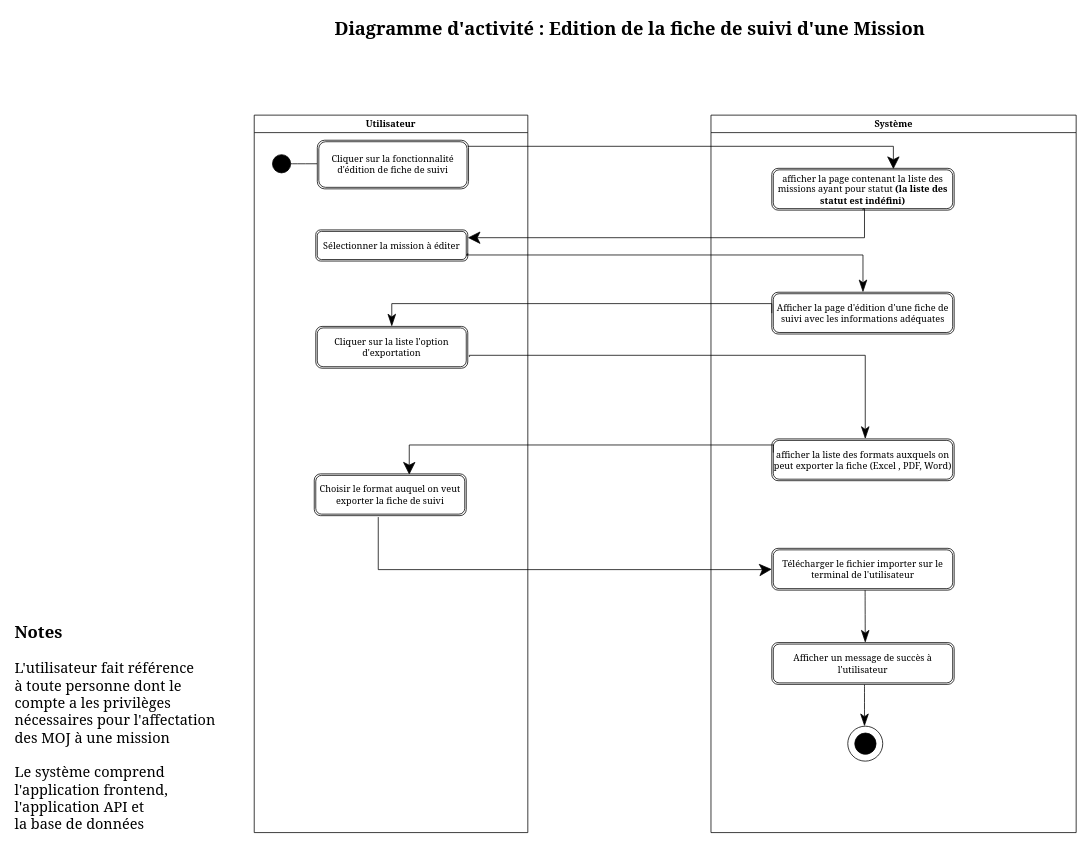
Earlier version of the draw.io diagram ActivityDiagramEditJobTrackingFile.drawio (ThuranJunior-AGL/AnalyseGEMOj). Source tidied: cells renumbered, new cells numbered last; positions are measured from the earlier drawing's top-left corner, leaving out a move shared by most shapes. Both pictures are drawn from the tidied source at 76%, with x=0, y=0 at pixel (13, 13).
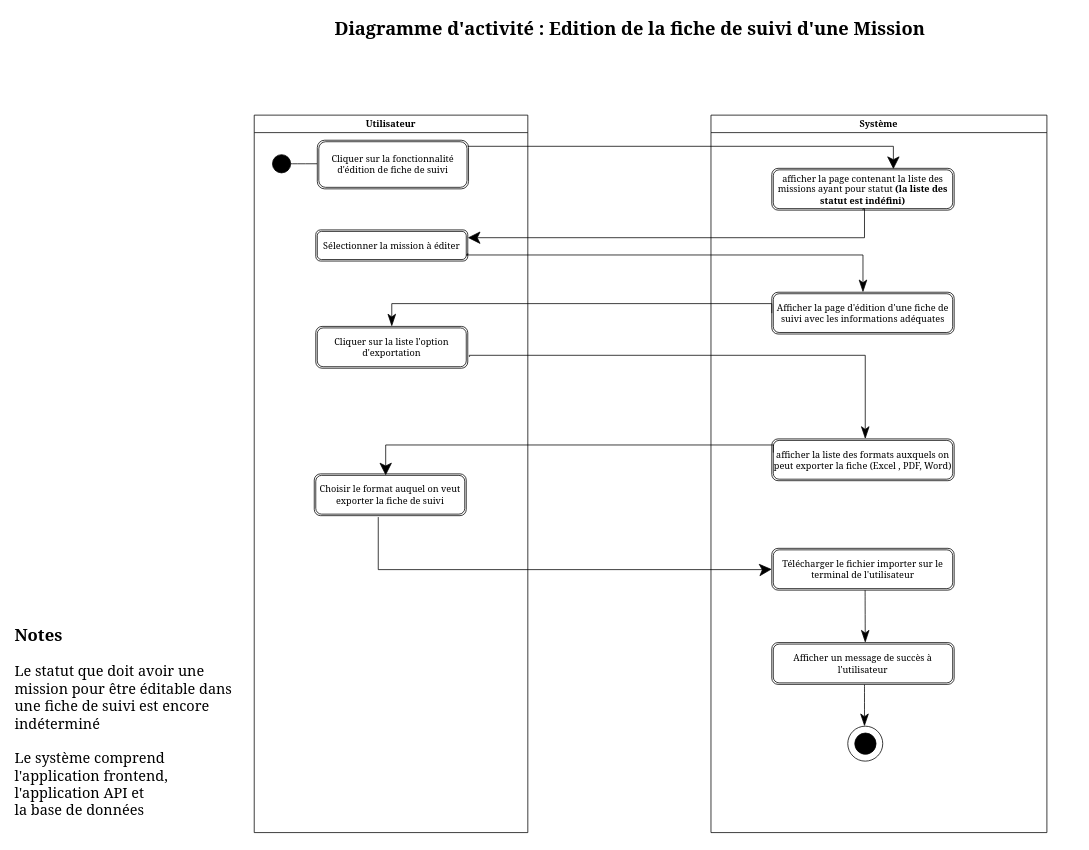
The same diagram, later.

Commit message (it also covers changes not shown here):
Mettre à jour ActivityDiagramEditJobTrackingFile.drawio

Change to the diagram source:
```diff
@@
     <mxCell id="9" value="Système" style="swimlane;whiteSpace=wrap;html=1;fontFamily=Georgia;" parent="1" vertex="1">
-      <mxGeometry x="918" y="134" width="480.5" height="944" as="geometry" />
+      <mxGeometry x="918" y="134" width="442" height="944" as="geometry" />
     </mxCell>
@@
-    <mxCell id="22" style="endArrow=classic;html=1;rounded=0;fontFamily=Georgia;fontSize=16;startSize=14;endSize=14;sourcePerimeterSpacing=8;targetPerimeterSpacing=8;edgeStyle=orthogonalEdgeStyle;entryX=0.63;entryY=0.018;entryDx=0;entryDy=0;entryPerimeter=0;" parent="1" edge="1">
+    <mxCell id="22" style="endArrow=classic;html=1;rounded=0;fontFamily=Georgia;fontSize=16;startSize=14;endSize=14;sourcePerimeterSpacing=8;targetPerimeterSpacing=8;edgeStyle=orthogonalEdgeStyle;" parent="1" edge="1">
       <mxGeometry relative="1" as="geometry">
         <mxPoint x="1000" y="578" as="sourcePoint" />
-        <mxPoint x="521" y="607" as="targetPoint" />
+        <mxPoint x="490" y="608" as="targetPoint" />
         <Array as="points">
           <mxPoint x="1000" y="568" />
-          <mxPoint x="521" y="568" />
+          <mxPoint x="490" y="568" />
+          <mxPoint x="490" y="607" />
         </Array>
       </mxGeometry>
     </mxCell>
@@
-    <mxCell id="25" value="&lt;b&gt;&lt;font style=&quot;font-size: 22px;&quot;&gt;Notes&lt;/font&gt;&lt;/b&gt;&lt;div&gt;&lt;br&gt;&lt;/div&gt;&lt;div style=&quot;font-size: 19px;&quot;&gt;&lt;font style=&quot;font-size: 19px;&quot;&gt;L'utilisateur fait référence&lt;/font&gt;&lt;/div&gt;&lt;div style=&quot;font-size: 19px;&quot;&gt;&lt;font style=&quot;font-size: 19px;&quot;&gt;à toute personne dont le&lt;/font&gt;&lt;/div&gt;&lt;div style=&quot;font-size: 19px;&quot;&gt;&lt;font style=&quot;font-size: 19px;&quot;&gt;compte a les privilèges&lt;/font&gt;&lt;/div&gt;&lt;div style=&quot;font-size: 19px;&quot;&gt;&lt;font style=&quot;font-size: 19px;&quot;&gt;nécessaires pour l'affectation&lt;/font&gt;&lt;/div&gt;&lt;div style=&quot;font-size: 19px;&quot;&gt;&lt;font style=&quot;font-size: 19px;&quot;&gt;des MOJ à une mission&lt;/font&gt;&lt;/div&gt;&lt;div style=&quot;font-size: 19px;&quot;&gt;&lt;font style=&quot;font-size: 19px;&quot;&gt;&lt;br&gt;&lt;/font&gt;&lt;/div&gt;&lt;div style=&quot;font-size: 19px;&quot;&gt;&lt;font style=&quot;font-size: 19px;&quot;&gt;Le système comprend&lt;/font&gt;&lt;/div&gt;&lt;div style=&quot;font-size: 19px;&quot;&gt;&lt;font style=&quot;font-size: 19px;&quot;&gt;l'application frontend,&lt;/font&gt;&lt;/div&gt;&lt;div style=&quot;font-size: 19px;&quot;&gt;&lt;font style=&quot;font-size: 19px;&quot;&gt;l'application API et&amp;nbsp;&lt;/font&gt;&lt;/div&gt;&lt;div style=&quot;font-size: 19px;&quot;&gt;&lt;font style=&quot;font-size: 19px;&quot;&gt;la base de données&lt;/font&gt;&lt;/div&gt;" style="text;html=1;align=left;verticalAlign=middle;strokeColor=none;fillColor=none;fontSize=20;fontFamily=Georgia;" parent="1" vertex="1">
-      <mxGeometry y="794" width="270" height="290" as="geometry" />
+    <mxCell id="25" value="&lt;b&gt;&lt;font style=&quot;font-size: 22px;&quot;&gt;Notes&lt;/font&gt;&lt;/b&gt;&lt;div&gt;&lt;br&gt;&lt;/div&gt;&lt;div style=&quot;font-size: 19px;&quot;&gt;Le statut que doit avoir une&amp;nbsp;&lt;/div&gt;&lt;div style=&quot;font-size: 19px;&quot;&gt;mission pour être éditable dans&lt;/div&gt;&lt;div style=&quot;font-size: 19px;&quot;&gt;une fiche de suivi est &lt;span style=&quot;background-color: initial;&quot;&gt;encore&amp;nbsp;&lt;/span&gt;&lt;/div&gt;&lt;div style=&quot;font-size: 19px;&quot;&gt;&lt;span style=&quot;background-color: initial;&quot;&gt;indéterminé&lt;/span&gt;&lt;/div&gt;&lt;div style=&quot;font-size: 19px;&quot;&gt;&lt;br&gt;&lt;/div&gt;&lt;div style=&quot;font-size: 19px;&quot;&gt;&lt;font style=&quot;font-size: 19px;&quot;&gt;Le système comprend&lt;/font&gt;&lt;/div&gt;&lt;div style=&quot;font-size: 19px;&quot;&gt;&lt;font style=&quot;font-size: 19px;&quot;&gt;l'application frontend,&lt;/font&gt;&lt;/div&gt;&lt;div style=&quot;font-size: 19px;&quot;&gt;&lt;font style=&quot;font-size: 19px;&quot;&gt;l'application API et&amp;nbsp;&lt;/font&gt;&lt;/div&gt;&lt;div style=&quot;font-size: 19px;&quot;&gt;&lt;font style=&quot;font-size: 19px;&quot;&gt;la base de données&lt;/font&gt;&lt;/div&gt;" style="text;html=1;align=left;verticalAlign=middle;strokeColor=none;fillColor=none;fontSize=20;fontFamily=Georgia;" parent="1" vertex="1">
+      <mxGeometry y="797" width="290" height="270" as="geometry" />
     </mxCell>
```
